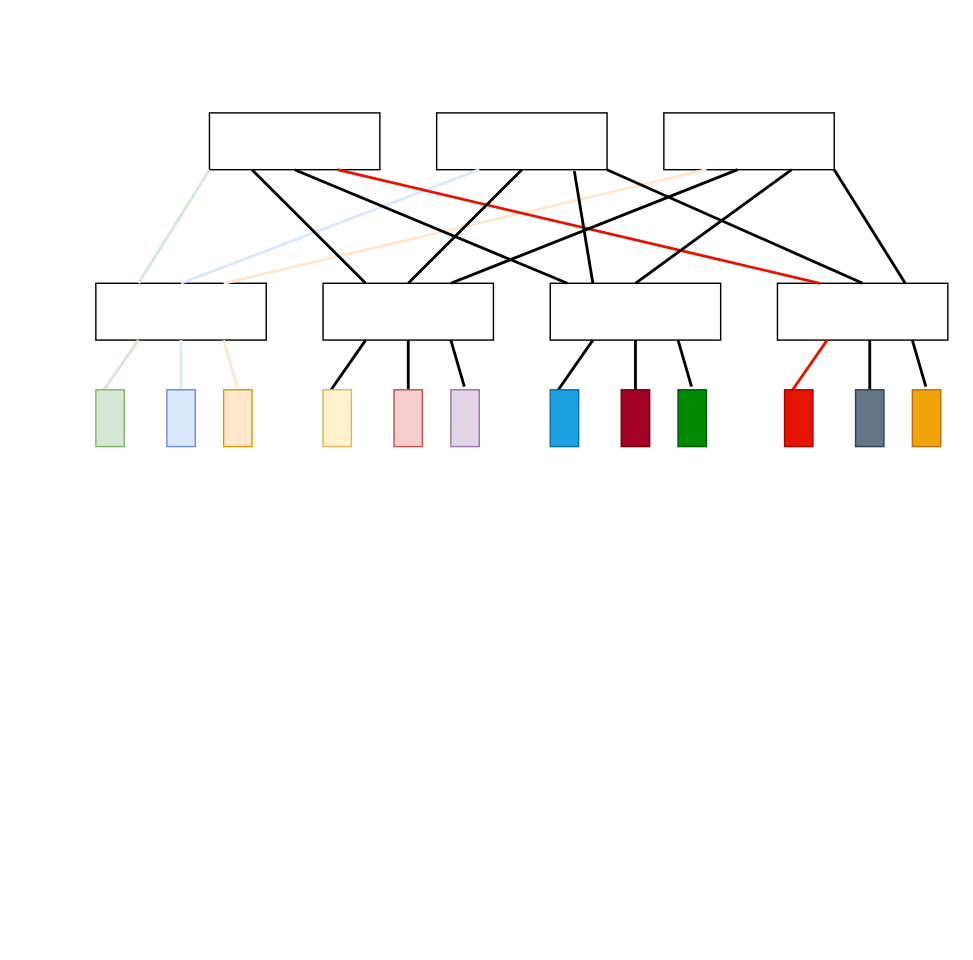
This is src-dst-routing.drawio from caopeirui/app.diagrams.net, a draw.io file, before an edit. Source tidied: cells renumbered, new cells numbered last; positions are measured from the earlier drawing's top-left corner, leaving out a move shared by most shapes. Both pictures are drawn from the tidied source at 142%, with x=0, y=0 at pixel (95, 112).
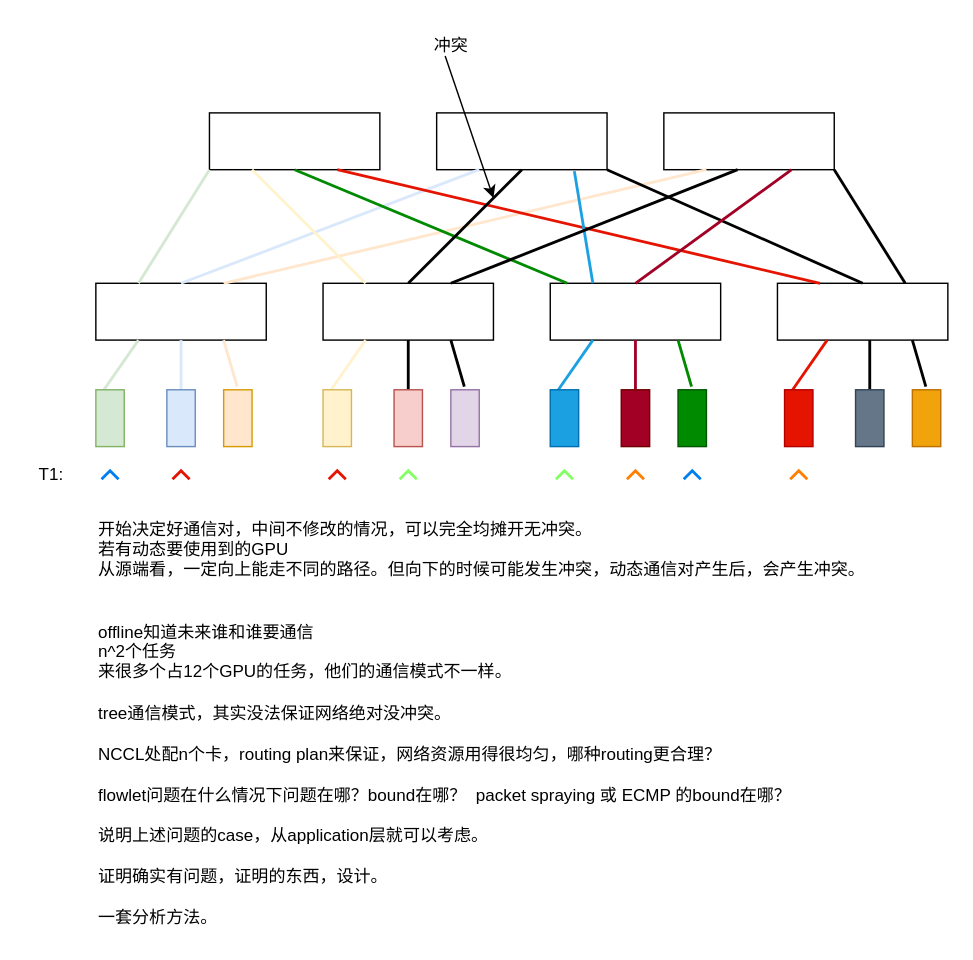
The same page after the edit.

The change refers to these unchanged cells:
```xml
<mxCell id="2" style="rounded=0;whiteSpace=wrap;html=1;" parent="1" vertex="1">
  <mxGeometry x="80" width="120" height="40" as="geometry" />
</mxCell>
<mxCell id="3" style="rounded=0;whiteSpace=wrap;html=1;" parent="1" vertex="1">
  <mxGeometry x="240" width="120" height="40" as="geometry" />
</mxCell>
<mxCell id="4" style="rounded=0;whiteSpace=wrap;html=1;" parent="1" vertex="1">
  <mxGeometry x="400" width="120" height="40" as="geometry" />
</mxCell>
<mxCell id="6" style="rounded=0;whiteSpace=wrap;html=1;" parent="1" vertex="1">
  <mxGeometry x="160" y="120" width="120" height="40" as="geometry" />
</mxCell>
<mxCell id="7" style="rounded=0;whiteSpace=wrap;html=1;" parent="1" vertex="1">
  <mxGeometry x="320" y="120" width="120" height="40" as="geometry" />
</mxCell>
<mxCell id="37" style="rounded=0;whiteSpace=wrap;html=1;fillColor=#a20025;strokeColor=#6F0000;fontColor=#ffffff;" parent="1" vertex="1">
  <mxGeometry x="370" y="195" width="20" height="40" as="geometry" />
</mxCell>
```

The edit, as a diff of the source:
```diff
@@
-    <mxCell id="12" style="endArrow=none;html=1;rounded=0;entryX=0.25;entryY=0;entryDx=0;entryDy=0;exitX=0.25;exitY=1;exitDx=0;exitDy=0;strokeWidth=2;" parent="1" edge="1" source="2" target="6">
+    <mxCell id="12" style="endArrow=none;html=1;rounded=0;entryX=0.25;entryY=0;entryDx=0;entryDy=0;exitX=0.25;exitY=1;exitDx=0;exitDy=0;strokeWidth=2;strokeColor=#FFF2CC;" parent="1" edge="1" source="2" target="6">
       <mxGeometry relative="1" as="geometry" />
     </mxCell>
-    <mxCell id="13" style="endArrow=none;html=1;rounded=0;exitX=0.5;exitY=1;exitDx=0;exitDy=0;strokeWidth=2;" parent="1" edge="1" source="2" target="7">
+    <mxCell id="13" style="endArrow=none;html=1;rounded=0;exitX=0.5;exitY=1;exitDx=0;exitDy=0;strokeWidth=2;strokeColor=#008A00;" parent="1" edge="1" source="2" target="7">
       <mxGeometry relative="1" as="geometry" />
     </mxCell>
@@
-    <mxCell id="16" style="endArrow=none;html=1;rounded=0;exitX=0.25;exitY=0;exitDx=0;exitDy=0;entryX=0.808;entryY=1.025;entryDx=0;entryDy=0;entryPerimeter=0;strokeWidth=2;" parent="1" edge="1" source="7" target="3">
+    <mxCell id="16" style="endArrow=none;html=1;rounded=0;exitX=0.25;exitY=0;exitDx=0;exitDy=0;entryX=0.808;entryY=1.025;entryDx=0;entryDy=0;entryPerimeter=0;strokeWidth=2;strokeColor=#1BA1E2;" parent="1" edge="1" source="7" target="3">
       <mxGeometry relative="1" as="geometry" />
     </mxCell>
@@
-    <mxCell id="19" style="endArrow=none;html=1;rounded=0;exitX=0.5;exitY=0;exitDx=0;exitDy=0;entryX=0.75;entryY=1;entryDx=0;entryDy=0;strokeWidth=2;" parent="1" edge="1" source="7" target="4">
+    <mxCell id="19" style="endArrow=none;html=1;rounded=0;exitX=0.5;exitY=0;exitDx=0;exitDy=0;entryX=0.75;entryY=1;entryDx=0;entryDy=0;strokeWidth=2;strokeColor=#A20025;" parent="1" edge="1" source="7" target="4">
       <mxGeometry relative="1" as="geometry" />
     </mxCell>
@@
-    <mxCell id="27" style="endArrow=none;html=1;rounded=0;entryX=0.25;entryY=1;entryDx=0;entryDy=0;exitX=0;exitY=0;exitDx=0;exitDy=0;strokeWidth=2;" parent="1" edge="1">
+    <mxCell id="27" style="endArrow=none;html=1;rounded=0;entryX=0.25;entryY=1;entryDx=0;entryDy=0;exitX=0;exitY=0;exitDx=0;exitDy=0;strokeWidth=2;strokeColor=#FFF2CC;" parent="1" edge="1">
       <mxGeometry relative="1" as="geometry">
         <mxPoint x="164.1" y="197.3" as="sourcePoint" />
         <mxPoint x="190" y="160" as="targetPoint" />
       </mxGeometry>
     </mxCell>
@@
-    <mxCell id="33" style="endArrow=none;html=1;rounded=0;entryX=0.25;entryY=1;entryDx=0;entryDy=0;exitX=0;exitY=0;exitDx=0;exitDy=0;strokeWidth=2;" parent="1" edge="1">
+    <mxCell id="33" style="endArrow=none;html=1;rounded=0;entryX=0.25;entryY=1;entryDx=0;entryDy=0;exitX=0;exitY=0;exitDx=0;exitDy=0;strokeWidth=2;strokeColor=#1BA1E2;" parent="1" edge="1">
       <mxGeometry relative="1" as="geometry">
         <mxPoint x="324.1" y="197.3" as="sourcePoint" />
         <mxPoint x="350" y="160" as="targetPoint" />
       </mxGeometry>
     </mxCell>
-    <mxCell id="34" style="endArrow=none;html=1;rounded=0;entryX=0.5;entryY=1;entryDx=0;entryDy=0;exitX=0.5;exitY=0;exitDx=0;exitDy=0;strokeWidth=2;" parent="1" edge="1" source="37">
+    <mxCell id="34" style="endArrow=none;html=1;rounded=0;entryX=0.5;entryY=1;entryDx=0;entryDy=0;exitX=0.5;exitY=0;exitDx=0;exitDy=0;strokeWidth=2;strokeColor=#A20025;" parent="1" edge="1" source="37">
       <mxGeometry relative="1" as="geometry">
         <mxPoint x="380" y="160" as="targetPoint" />
       </mxGeometry>
     </mxCell>
-    <mxCell id="35" style="endArrow=none;html=1;rounded=0;entryX=0.75;entryY=1;entryDx=0;entryDy=0;strokeWidth=2;" parent="1" edge="1">
+    <mxCell id="35" style="endArrow=none;html=1;rounded=0;entryX=0.75;entryY=1;entryDx=0;entryDy=0;strokeWidth=2;strokeColor=#008A00;" parent="1" edge="1">
       <mxGeometry relative="1" as="geometry">
         <mxPoint x="419.5" y="192.8" as="sourcePoint" />
         <mxPoint x="410" y="160" as="targetPoint" />
       </mxGeometry>
     </mxCell>
@@
+    <mxCell id="45" value="T1:&amp;nbsp;" style="text;html=1;align=center;verticalAlign=middle;strokeColor=none;fillColor=none;" parent="1" vertex="1">
+      <mxGeometry x="-50" y="240" width="40" height="30" as="geometry" />
+    </mxCell>
+    <mxCell id="46" style="html=1;verticalLabelPosition=bottom;labelBackgroundColor=#ffffff;verticalAlign=top;shadow=0;dashed=0;strokeWidth=2;shape=mxgraph.ios7.misc.right;strokeColor=#0080f0;rotation=-90;" parent="1" vertex="1">
+      <mxGeometry x="7" y="249" width="6" height="12" as="geometry" />
+    </mxCell>
+    <mxCell id="47" style="html=1;verticalLabelPosition=bottom;labelBackgroundColor=#ffffff;verticalAlign=top;shadow=0;dashed=0;strokeWidth=2;shape=mxgraph.ios7.misc.right;strokeColor=#E51400;rotation=-90;" parent="1" vertex="1">
+      <mxGeometry x="167" y="249" width="6" height="12" as="geometry" />
+    </mxCell>
+    <mxCell id="48" style="html=1;verticalLabelPosition=bottom;labelBackgroundColor=#ffffff;verticalAlign=top;shadow=0;dashed=0;strokeWidth=2;shape=mxgraph.ios7.misc.right;strokeColor=#E51400;rotation=-90;" parent="1" vertex="1">
+      <mxGeometry x="57" y="249" width="6" height="12" as="geometry" />
+    </mxCell>
+    <mxCell id="49" style="html=1;verticalLabelPosition=bottom;labelBackgroundColor=#ffffff;verticalAlign=top;shadow=0;dashed=0;strokeWidth=2;shape=mxgraph.ios7.misc.right;strokeColor=#83FF63;rotation=-90;" parent="1" vertex="1">
+      <mxGeometry x="217" y="249" width="6" height="12" as="geometry" />
+    </mxCell>
+    <mxCell id="50" style="html=1;verticalLabelPosition=bottom;labelBackgroundColor=#ffffff;verticalAlign=top;shadow=0;dashed=0;strokeWidth=2;shape=mxgraph.ios7.misc.right;strokeColor=#83FF63;rotation=-90;" parent="1" vertex="1">
+      <mxGeometry x="327" y="249" width="6" height="12" as="geometry" />
+    </mxCell>
+    <mxCell id="51" style="html=1;verticalLabelPosition=bottom;labelBackgroundColor=#ffffff;verticalAlign=top;shadow=0;dashed=0;strokeWidth=2;shape=mxgraph.ios7.misc.right;strokeColor=#0080f0;rotation=-90;" parent="1" vertex="1">
+      <mxGeometry x="417" y="249" width="6" height="12" as="geometry" />
+    </mxCell>
+    <mxCell id="52" value="开始决定好通信对，中间不修改的情况，可以完全均摊开无冲突。&lt;br&gt;若有动态要使用到的GPU&lt;br&gt;从源端看，一定向上能走不同的路径。但向下的时候可能发生冲突，动态通信对产生后，会产生冲突。&lt;br&gt;&lt;br&gt;&lt;br&gt;offline知道未来谁和谁要通信&lt;br&gt;n^2个任务&lt;br&gt;来很多个占12个GPU的任务，他们的通信模式不一样。&lt;br&gt;&lt;br&gt;tree通信模式，其实没法保证网络绝对没冲突。&lt;br&gt;&lt;br&gt;NCCL处配n个卡，routing plan来保证，网络资源用得很均匀，哪种routing更合理？&lt;br&gt;&lt;br&gt;flowlet问题在什么情况下问题在哪？bound在哪？&amp;nbsp; packet spraying 或 ECMP 的bound在哪？&lt;br&gt;&lt;br&gt;说明上述问题的case，从application层就可以考虑。&lt;br&gt;&lt;br&gt;证明确实有问题，证明的东西，设计。&lt;br&gt;&lt;br&gt;一套分析方法。" style="text;html=1;align=left;verticalAlign=middle;strokeColor=none;fillColor=none;" parent="1" vertex="1">
+      <mxGeometry y="280" width="560" height="300" as="geometry" />
+    </mxCell>
+    <mxCell id="53" value="冲突" style="text;html=1;align=center;verticalAlign=middle;strokeColor=none;fillColor=none;" parent="1" vertex="1">
+      <mxGeometry x="225" y="-62" width="50" height="30" as="geometry" />
+    </mxCell>
+    <mxCell id="54" style="endArrow=classic;html=1;rounded=0;" parent="1" edge="1">
+      <mxGeometry relative="1" as="geometry">
+        <mxPoint x="246" y="-40" as="sourcePoint" />
+        <mxPoint x="280" y="60" as="targetPoint" />
+      </mxGeometry>
+    </mxCell>
+    <mxCell id="55" style="html=1;verticalLabelPosition=bottom;labelBackgroundColor=#ffffff;verticalAlign=top;shadow=0;dashed=0;strokeWidth=2;shape=mxgraph.ios7.misc.right;strokeColor=#FF8000;rotation=-90;" parent="1" vertex="1">
+      <mxGeometry x="377" y="249" width="6" height="12" as="geometry" />
+    </mxCell>
+    <mxCell id="56" style="html=1;verticalLabelPosition=bottom;labelBackgroundColor=#ffffff;verticalAlign=top;shadow=0;dashed=0;strokeWidth=2;shape=mxgraph.ios7.misc.right;strokeColor=#FF8000;rotation=-90;" parent="1" vertex="1">
+      <mxGeometry x="492" y="249" width="6" height="12" as="geometry" />
+    </mxCell>
```
